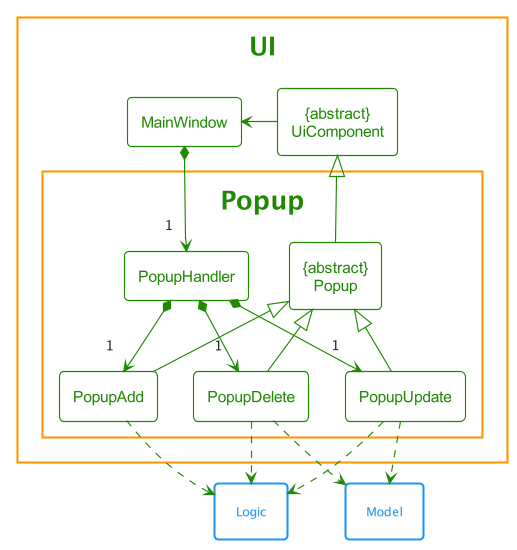
nus-cs2103-AY2122S2/tp keeps this PlantUML diagram as docs/images/UiPopupDiagram.png. Above is the earlier version. Source of this version:
```plantuml
@startuml
!include style.puml

$OverrideTheme(UI_COLOR)

package UI {
    class "{abstract}\nUiComponent" as UiComponent
    class MainWindow

    package Popup as PopupContainer {
       class "{abstract}\nPopup" as Popup
       class PopupHandler
       class PopupAdd
       class PopupDelete
       class PopupUpdate
    }
}

package Model <<Rectangle>> {
}

package Logic <<Rectangle>> {
}


MainWindow *--> "1" PopupHandler

PopupHandler *-->  "1" PopupAdd
PopupHandler *-->  "1" PopupDelete
PopupHandler *-->  "1" PopupUpdate

PopupAdd -up-|> Popup
PopupDelete -up-|> Popup
PopupUpdate -up-|> Popup

Popup -up-|> UiComponent


PopupAdd ..> Logic
PopupUpdate ..> Model
PopupUpdate ..> Logic
PopupDelete ..> Model
PopupDelete ..> Logic

UiComponent -left-> MainWindow

@enduml
```
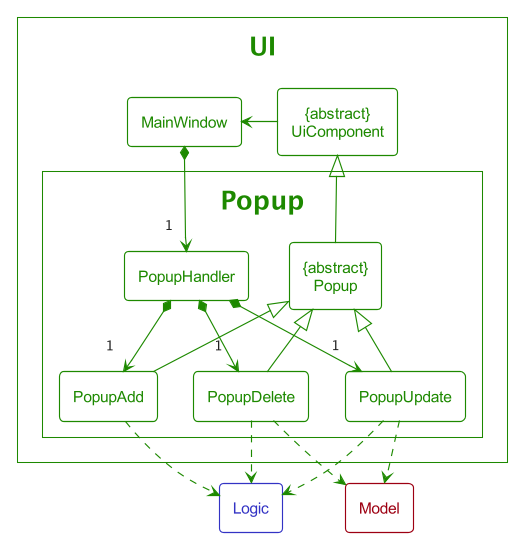
After the change.

What changed in the source:
```diff
@@ -1,27 +1,23 @@
 @startuml
-!include style.puml
+!include Style.puml
 
 $OverrideTheme(UI_COLOR)
 
-package UI {
-    class "{abstract}\nUiComponent" as UiComponent
-    class MainWindow
+package UI as UiPackage<<Ui>> {
+    class "{abstract}\nUiComponent" as UiComponent<<Ui>>
+    class MainWindow<<Ui>>
 
-    package Popup as PopupContainer {
-       class "{abstract}\nPopup" as Popup
-       class PopupHandler
-       class PopupAdd
-       class PopupDelete
-       class PopupUpdate
+    package Popup as PopupContainer<<Ui>> {
+       class "{abstract}\nPopup" as Popup<<Ui>>
+       class PopupHandler<<Ui>>
+       class PopupAdd<<Ui>>
+       class PopupDelete<<Ui>>
+       class PopupUpdate<<Ui>>
     }
 }
 
-package Model <<Rectangle>> {
-}
-
-package Logic <<Rectangle>> {
-}
-
+class Model<<Model>>
+class Logic<<Logic>>
 
 MainWindow *--> "1" PopupHandler
 
```
